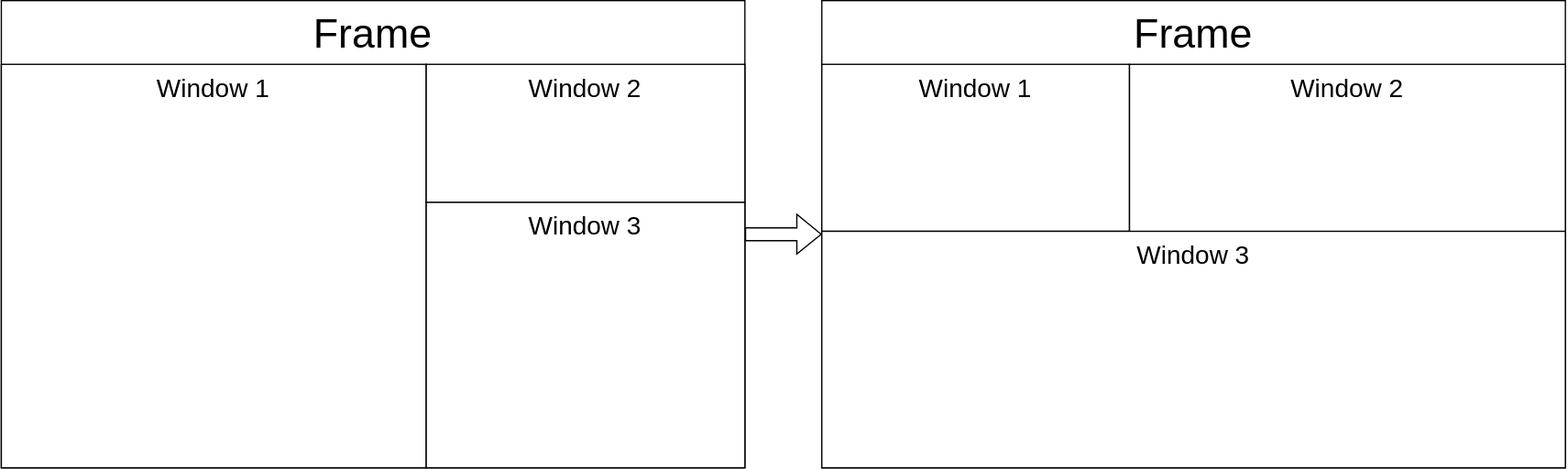
Earlier version of the draw.io export static/images/Emacs_window_config.drawio.svg (jeremyryan/exploringemacs). Source tidied: cells renumbered, new cells last; positions are measured from the earlier drawing's top-left corner, leaving out a move shared by most shapes. Its diagram source:
```xml
<mxGraphModel>
  <root>
    <mxCell id="0" />
    <mxCell id="1" parent="0" />
    <mxCell id="2" style="edgeStyle=orthogonalEdgeStyle;rounded=0;jettySize=auto;html=1;exitX=1;exitY=0.5;exitDx=0;exitDy=0;entryX=0;entryY=0.5;entryDx=0;entryDy=0;shape=flexArrow;" parent="1" edge="1" source="3" target="7">
      <mxGeometry relative="1" as="geometry" />
    </mxCell>
    <mxCell id="3" value="Frame" style="rounded=0;whiteSpace=wrap;html=1;verticalAlign=top;fontSize=32;" parent="1" vertex="1">
      <mxGeometry width="580" height="364.6" as="geometry" />
    </mxCell>
    <mxCell id="4" value="Window 1" style="rounded=0;whiteSpace=wrap;html=1;fontSize=20;verticalAlign=top;" parent="1" vertex="1">
      <mxGeometry y="49.7" width="331.4" height="314.9" as="geometry" />
    </mxCell>
    <mxCell id="5" value="Window 2" style="rounded=0;whiteSpace=wrap;html=1;fontSize=20;verticalAlign=top;" parent="1" vertex="1">
      <mxGeometry x="331.4" y="49.7" width="248.6" height="107.7" as="geometry" />
    </mxCell>
    <mxCell id="6" value="Window 3" style="rounded=0;whiteSpace=wrap;html=1;fontSize=20;verticalAlign=top;" parent="1" vertex="1">
      <mxGeometry x="331.4" y="157.4" width="248.6" height="207.1" as="geometry" />
    </mxCell>
    <mxCell id="7" value="Frame" style="rounded=0;whiteSpace=wrap;html=1;verticalAlign=top;fontSize=32;" parent="1" vertex="1">
      <mxGeometry x="640" width="580" height="364.6" as="geometry" />
    </mxCell>
    <mxCell id="8" value="Window 1" style="rounded=0;whiteSpace=wrap;html=1;fontSize=20;verticalAlign=top;" parent="1" vertex="1">
      <mxGeometry x="640" y="49.7" width="240" height="130.3" as="geometry" />
    </mxCell>
    <mxCell id="9" value="Window 2" style="rounded=0;whiteSpace=wrap;html=1;fontSize=20;verticalAlign=top;" parent="1" vertex="1">
      <mxGeometry x="880" y="49.7" width="340" height="140.3" as="geometry" />
    </mxCell>
    <mxCell id="10" value="Window 3" style="rounded=0;whiteSpace=wrap;html=1;fontSize=20;verticalAlign=top;" parent="1" vertex="1">
      <mxGeometry x="640" y="180" width="580" height="184.6" as="geometry" />
    </mxCell>
  </root>
</mxGraphModel>
```
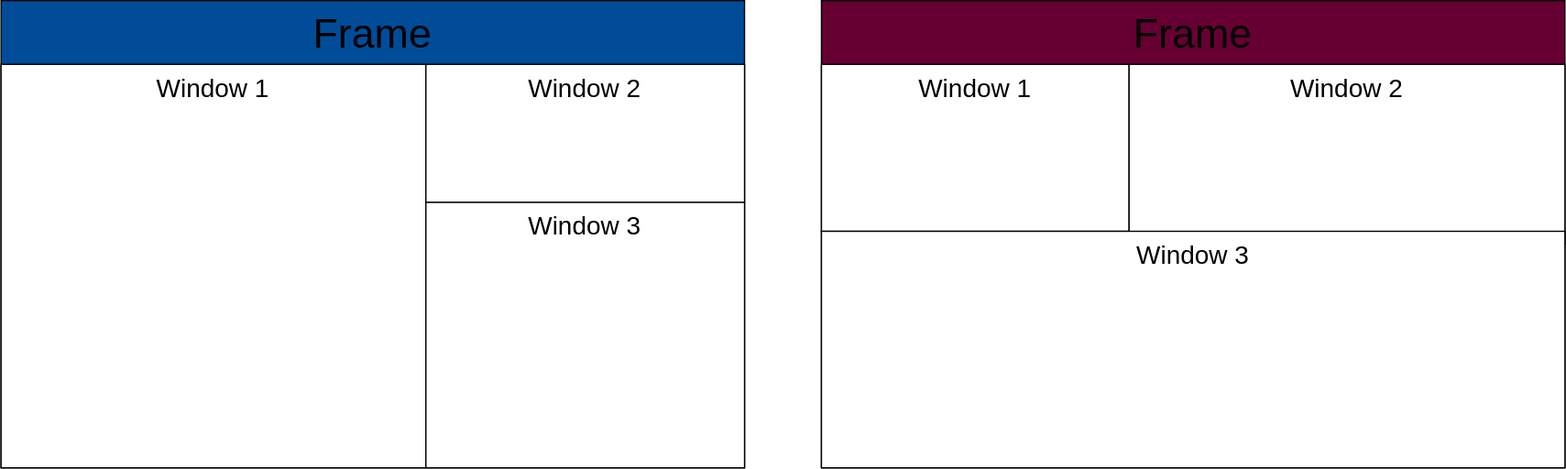
The same file after the commit.

Change to the diagram source:
```diff
@@ -2,32 +2,29 @@
   <root>
     <mxCell id="0" />
     <mxCell id="1" parent="0" />
-    <mxCell id="2" style="edgeStyle=orthogonalEdgeStyle;rounded=0;jettySize=auto;html=1;exitX=1;exitY=0.5;exitDx=0;exitDy=0;entryX=0;entryY=0.5;entryDx=0;entryDy=0;shape=flexArrow;" parent="1" edge="1" source="3" target="7">
-      <mxGeometry relative="1" as="geometry" />
+    <mxCell id="2" value="Frame" style="rounded=0;whiteSpace=wrap;html=1;verticalAlign=top;fontSize=32;fillColor=#004C99;" parent="1" vertex="1">
+      <mxGeometry width="580" height="364.6" as="geometry" />
     </mxCell>
-    <mxCell id="3" value="Frame" style="rounded=0;whiteSpace=wrap;html=1;verticalAlign=top;fontSize=32;" parent="1" vertex="1">
-      <mxGeometry width="580" height="364.6" as="geometry" />
+    <mxCell id="3" value="Window 1" style="rounded=0;whiteSpace=wrap;html=1;fontSize=20;verticalAlign=top;" parent="1" vertex="1">
+      <mxGeometry y="49.7" width="331.4" height="314.9" as="geometry" />
     </mxCell>
-    <mxCell id="4" value="Window 1" style="rounded=0;whiteSpace=wrap;html=1;fontSize=20;verticalAlign=top;" parent="1" vertex="1">
-      <mxGeometry y="49.7" width="331.4" height="314.9" as="geometry" />
+    <mxCell id="4" value="Window 2" style="rounded=0;whiteSpace=wrap;html=1;fontSize=20;verticalAlign=top;" parent="1" vertex="1">
+      <mxGeometry x="331.4" y="49.7" width="248.6" height="107.7" as="geometry" />
     </mxCell>
-    <mxCell id="5" value="Window 2" style="rounded=0;whiteSpace=wrap;html=1;fontSize=20;verticalAlign=top;" parent="1" vertex="1">
-      <mxGeometry x="331.4" y="49.7" width="248.6" height="107.7" as="geometry" />
+    <mxCell id="5" value="Window 3" style="rounded=0;whiteSpace=wrap;html=1;fontSize=20;verticalAlign=top;" parent="1" vertex="1">
+      <mxGeometry x="331.4" y="157.4" width="248.6" height="207.1" as="geometry" />
     </mxCell>
-    <mxCell id="6" value="Window 3" style="rounded=0;whiteSpace=wrap;html=1;fontSize=20;verticalAlign=top;" parent="1" vertex="1">
-      <mxGeometry x="331.4" y="157.4" width="248.6" height="207.1" as="geometry" />
+    <mxCell id="6" value="Frame" style="rounded=0;whiteSpace=wrap;html=1;verticalAlign=top;fontSize=32;fillColor=#660033;" parent="1" vertex="1">
+      <mxGeometry x="640" width="580" height="364.6" as="geometry" />
     </mxCell>
-    <mxCell id="7" value="Frame" style="rounded=0;whiteSpace=wrap;html=1;verticalAlign=top;fontSize=32;" parent="1" vertex="1">
-      <mxGeometry x="640" width="580" height="364.6" as="geometry" />
+    <mxCell id="7" value="Window 1" style="rounded=0;whiteSpace=wrap;html=1;fontSize=20;verticalAlign=top;" parent="1" vertex="1">
+      <mxGeometry x="640" y="49.7" width="240" height="130.3" as="geometry" />
     </mxCell>
-    <mxCell id="8" value="Window 1" style="rounded=0;whiteSpace=wrap;html=1;fontSize=20;verticalAlign=top;" parent="1" vertex="1">
-      <mxGeometry x="640" y="49.7" width="240" height="130.3" as="geometry" />
+    <mxCell id="8" value="Window 2" style="rounded=0;whiteSpace=wrap;html=1;fontSize=20;verticalAlign=top;" parent="1" vertex="1">
+      <mxGeometry x="880" y="49.7" width="340" height="140.3" as="geometry" />
     </mxCell>
-    <mxCell id="9" value="Window 2" style="rounded=0;whiteSpace=wrap;html=1;fontSize=20;verticalAlign=top;" parent="1" vertex="1">
-      <mxGeometry x="880" y="49.7" width="340" height="140.3" as="geometry" />
+    <mxCell id="9" value="Window 3" style="rounded=0;whiteSpace=wrap;html=1;fontSize=20;verticalAlign=top;" parent="1" vertex="1">
+      <mxGeometry x="640" y="180" width="580" height="184.6" as="geometry" />
     </mxCell>
-    <mxCell id="10" value="Window 3" style="rounded=0;whiteSpace=wrap;html=1;fontSize=20;verticalAlign=top;" parent="1" vertex="1">
-      <mxGeometry x="640" y="180" width="580" height="184.6" as="geometry" />
-    </mxCell>
   </root>
 </mxGraphModel>
```
